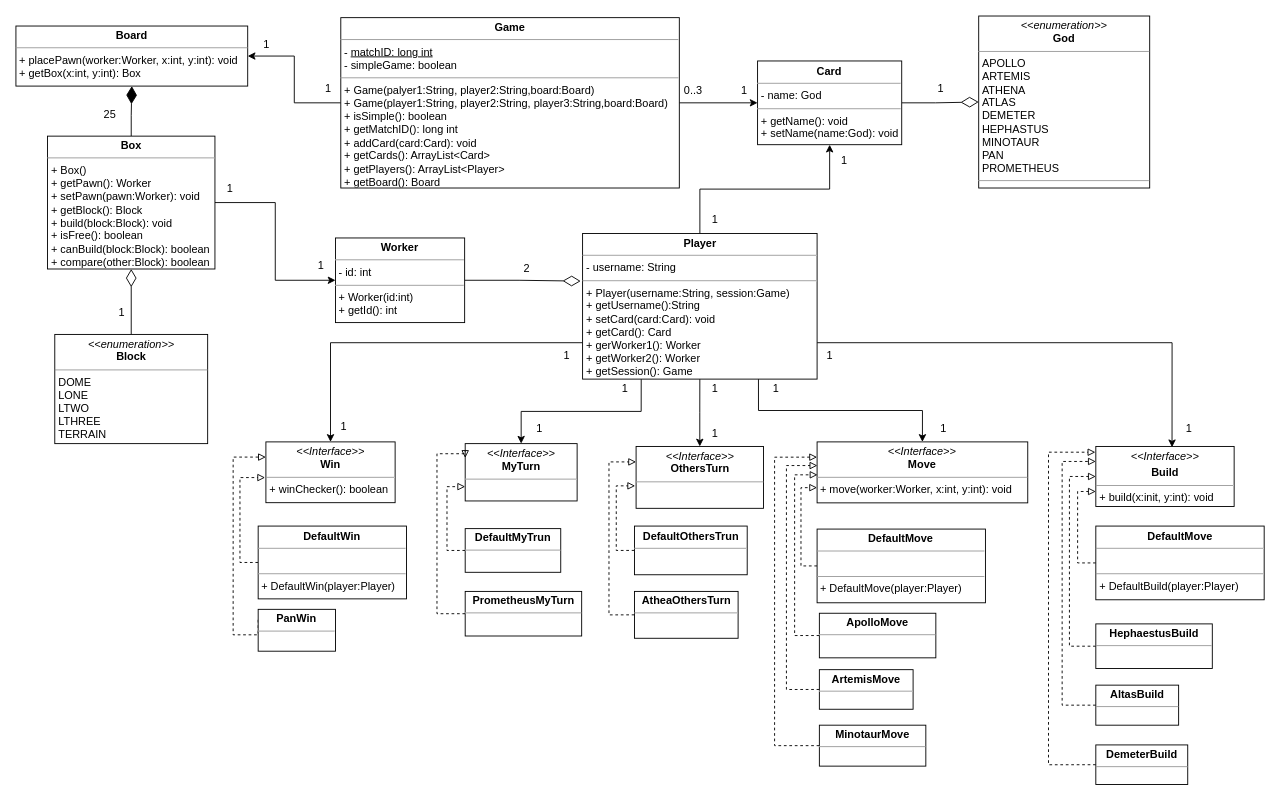
peppetort/POLIMI_SE_19-20_santorini keeps this draw.io diagram as UML/Model.drawio. Above is the earlier version. Source tidied: cells renumbered, new cells numbered last; positions are measured from the earlier drawing's top-left corner, leaving out a move shared by most shapes. Both pictures are drawn from the tidied source at 91%, with x=0, y=0 at pixel (15, 15).
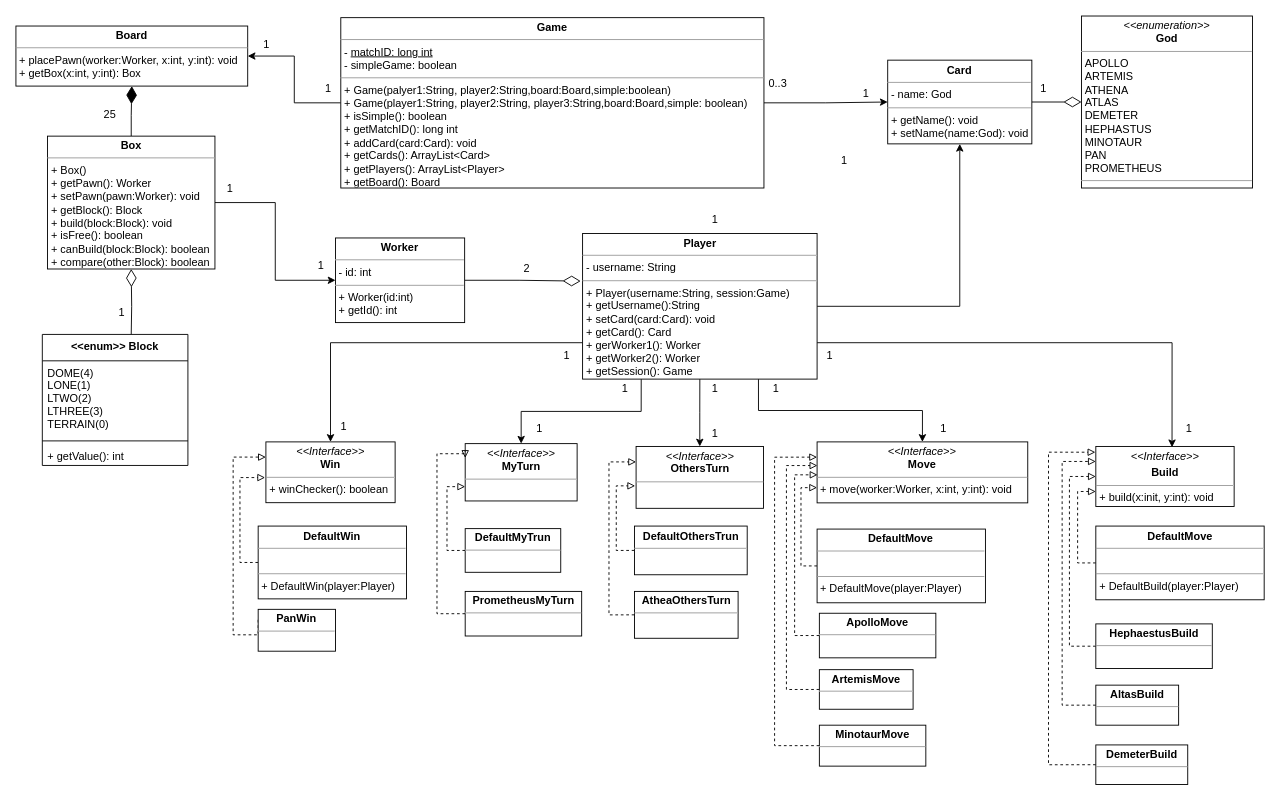
Above is the later version.

Commit message:
Aggiornato UML

The change refers to these unchanged cells:
```xml
<mxCell id="5" value="&lt;p style=&quot;margin: 0px ; margin-top: 4px ; text-align: center&quot;&gt;&lt;b&gt;Box&lt;/b&gt;&lt;/p&gt;&lt;hr size=&quot;1&quot;&gt;&lt;p style=&quot;margin: 0px ; margin-left: 4px&quot;&gt;+ Box()&lt;/p&gt;&lt;p style=&quot;margin: 0px ; margin-left: 4px&quot;&gt;+ getPawn(): Worker&lt;/p&gt;&lt;p style=&quot;margin: 0px ; margin-left: 4px&quot;&gt;+ setPawn(pawn:Worker): void&lt;/p&gt;&lt;p style=&quot;margin: 0px ; margin-left: 4px&quot;&gt;+ getBlock(): Block&lt;/p&gt;&lt;p style=&quot;margin: 0px ; margin-left: 4px&quot;&gt;+ build(block:Block): void&lt;/p&gt;&lt;p style=&quot;margin: 0px ; margin-left: 4px&quot;&gt;+ isFree(): boolean&lt;/p&gt;&lt;p style=&quot;margin: 0px ; margin-left: 4px&quot;&gt;+ canBuild(block:Block): boolean&lt;/p&gt;&lt;p style=&quot;margin: 0px ; margin-left: 4px&quot;&gt;+ compare(other:Block): boolean&lt;/p&gt;" style="verticalAlign=top;align=left;overflow=fill;fontSize=12;fontFamily=Helvetica;html=1;" parent="1" vertex="1">
  <mxGeometry x="34.7" y="132.1" width="184" height="146" as="geometry" />
</mxCell>
```

Diff of the diagram source:
```diff
@@
-    <mxCell id="6" style="edgeStyle=orthogonalEdgeStyle;rounded=0;jettySize=auto;html=1;entryX=0.5;entryY=1;entryDx=0;entryDy=0;startArrow=none;startFill=0;endArrow=diamondThin;endFill=0;endSize=17;targetPerimeterSpacing=0;jumpSize=6;" parent="1" edge="1" source="7" target="5">
-      <mxGeometry relative="1" as="geometry" />
+    <mxCell id="6" style="edgeStyle=orthogonalEdgeStyle;rounded=0;jettySize=auto;html=1;entryX=0.5;entryY=1;entryDx=0;entryDy=0;startArrow=none;startFill=0;endArrow=diamondThin;endFill=0;endSize=17;targetPerimeterSpacing=0;jumpSize=6;" parent="1" edge="1" target="5">
+      <mxGeometry relative="1" as="geometry">
+        <mxPoint x="126.7" y="350" as="sourcePoint" />
+      </mxGeometry>
     </mxCell>
-    <mxCell id="7" value="&lt;p style=&quot;margin: 0px ; margin-top: 4px ; text-align: center&quot;&gt;&lt;i&gt;&amp;lt;&amp;lt;enumeration&amp;gt;&amp;gt;&lt;/i&gt;&lt;br&gt;&lt;b&gt;Block&lt;/b&gt;&lt;/p&gt;&lt;hr size=&quot;1&quot;&gt;&lt;p style=&quot;margin: 0px ; margin-left: 4px&quot;&gt;DOME&lt;/p&gt;&lt;p style=&quot;margin: 0px ; margin-left: 4px&quot;&gt;LONE&lt;/p&gt;&lt;p style=&quot;margin: 0px ; margin-left: 4px&quot;&gt;LTWO&lt;/p&gt;&lt;p style=&quot;margin: 0px ; margin-left: 4px&quot;&gt;LTHREE&lt;/p&gt;&lt;p style=&quot;margin: 0px ; margin-left: 4px&quot;&gt;TERRAIN&lt;/p&gt;&lt;p style=&quot;margin: 0px ; margin-left: 4px&quot;&gt;&lt;br&gt;&lt;/p&gt;" style="verticalAlign=top;align=left;overflow=fill;fontSize=12;fontFamily=Helvetica;html=1;" parent="1" vertex="1">
-      <mxGeometry x="42.7" y="350" width="168" height="120" as="geometry" />
-    </mxCell>
@@
     <mxCell id="9" value="&lt;p style=&quot;margin: 0px ; margin-top: 4px ; text-align: center&quot;&gt;&lt;b&gt;Card&lt;/b&gt;&lt;/p&gt;&lt;hr size=&quot;1&quot;&gt;&lt;p style=&quot;margin: 0px ; margin-left: 4px&quot;&gt;- name: God&lt;br&gt;&lt;/p&gt;&lt;hr size=&quot;1&quot;&gt;&lt;p style=&quot;margin: 0px ; margin-left: 4px&quot;&gt;+ getName(): void&amp;nbsp;&lt;/p&gt;&lt;p style=&quot;margin: 0px ; margin-left: 4px&quot;&gt;+ setName(name:God): void&lt;/p&gt;" style="verticalAlign=top;align=left;overflow=fill;fontSize=12;fontFamily=Helvetica;html=1;" parent="1" vertex="1">
-      <mxGeometry x="815" y="49.5" width="158.4" height="92" as="geometry" />
+      <mxGeometry x="958" y="48.6" width="158.4" height="92" as="geometry" />
     </mxCell>
@@
     <mxCell id="41" value="&lt;p style=&quot;margin: 0px ; margin-top: 4px ; text-align: center&quot;&gt;&lt;i&gt;&amp;lt;&amp;lt;enumeration&amp;gt;&amp;gt;&lt;/i&gt;&lt;br&gt;&lt;b&gt;God&lt;/b&gt;&lt;/p&gt;&lt;hr size=&quot;1&quot;&gt;&lt;p style=&quot;margin: 0px ; margin-left: 4px&quot;&gt;APOLLO&lt;/p&gt;&lt;p style=&quot;margin: 0px ; margin-left: 4px&quot;&gt;ARTEMIS&lt;/p&gt;&lt;p style=&quot;margin: 0px ; margin-left: 4px&quot;&gt;ATHENA&lt;/p&gt;&lt;p style=&quot;margin: 0px ; margin-left: 4px&quot;&gt;ATLAS&lt;/p&gt;&lt;p style=&quot;margin: 0px ; margin-left: 4px&quot;&gt;DEMETER&lt;/p&gt;&lt;p style=&quot;margin: 0px ; margin-left: 4px&quot;&gt;HEPHASTUS&lt;/p&gt;&lt;p style=&quot;margin: 0px ; margin-left: 4px&quot;&gt;MINOTAUR&lt;/p&gt;&lt;p style=&quot;margin: 0px ; margin-left: 4px&quot;&gt;PAN&lt;/p&gt;&lt;p style=&quot;margin: 0px ; margin-left: 4px&quot;&gt;PROMETHEUS&lt;/p&gt;&lt;hr size=&quot;1&quot;&gt;&lt;p style=&quot;margin: 0px ; margin-left: 4px&quot;&gt;&lt;br&gt;&lt;/p&gt;" style="verticalAlign=top;align=left;overflow=fill;fontSize=12;fontFamily=Helvetica;html=1;" parent="1" vertex="1">
-      <mxGeometry x="1058" y="0.1" width="187.9" height="189" as="geometry" />
+      <mxGeometry x="1171" y="0.1" width="187.9" height="189" as="geometry" />
     </mxCell>
@@
-    <mxCell id="45" value="&lt;p style=&quot;margin: 0px ; margin-top: 4px ; text-align: center&quot;&gt;&lt;b&gt;Game&lt;/b&gt;&lt;/p&gt;&lt;hr size=&quot;1&quot;&gt;&lt;p style=&quot;margin: 0px ; margin-left: 4px&quot;&gt;- &lt;u&gt;matchID: long int&lt;/u&gt;&lt;br&gt;&lt;/p&gt;&lt;p style=&quot;margin: 0px ; margin-left: 4px&quot;&gt;- simpleGame: boolean&lt;/p&gt;&lt;hr size=&quot;1&quot;&gt;&lt;p style=&quot;margin: 0px ; margin-left: 4px&quot;&gt;&lt;span&gt;+ Game(palyer1:String, player2:String,board:Board)&lt;/span&gt;&lt;br&gt;&lt;/p&gt;&lt;p style=&quot;margin: 0px ; margin-left: 4px&quot;&gt;&lt;span&gt;+ Game(player1:String, player2:String, player3:String,board:Board)&lt;/span&gt;&lt;/p&gt;&lt;p style=&quot;margin: 0px ; margin-left: 4px&quot;&gt;&lt;span&gt;+ isSimple(): boolean&lt;/span&gt;&lt;/p&gt;&lt;p style=&quot;margin: 0px ; margin-left: 4px&quot;&gt;+ getMatchID(): long int&lt;span&gt;&lt;br&gt;&lt;/span&gt;&lt;/p&gt;&lt;p style=&quot;margin: 0px ; margin-left: 4px&quot;&gt;+ addCard(card:Card): void&lt;/p&gt;&lt;p style=&quot;margin: 0px ; margin-left: 4px&quot;&gt;+ getCards(): ArrayList&amp;lt;Card&amp;gt;&lt;/p&gt;&lt;p style=&quot;margin: 0px ; margin-left: 4px&quot;&gt;+ getPlayers(): ArrayList&amp;lt;Player&amp;gt;&lt;/p&gt;&lt;p style=&quot;margin: 0px ; margin-left: 4px&quot;&gt;+ getBoard(): Board&lt;/p&gt;" style="verticalAlign=top;align=left;overflow=fill;fontSize=12;fontFamily=Helvetica;html=1;" parent="1" vertex="1">
-      <mxGeometry x="357" y="1.9" width="372" height="187.2" as="geometry" />
+    <mxCell id="45" value="&lt;p style=&quot;margin: 0px ; margin-top: 4px ; text-align: center&quot;&gt;&lt;b&gt;Game&lt;/b&gt;&lt;/p&gt;&lt;hr size=&quot;1&quot;&gt;&lt;p style=&quot;margin: 0px ; margin-left: 4px&quot;&gt;- &lt;u&gt;matchID: long int&lt;/u&gt;&lt;br&gt;&lt;/p&gt;&lt;p style=&quot;margin: 0px ; margin-left: 4px&quot;&gt;- simpleGame: boolean&lt;/p&gt;&lt;hr size=&quot;1&quot;&gt;&lt;p style=&quot;margin: 0px ; margin-left: 4px&quot;&gt;&lt;span&gt;+ Game(palyer1:String, player2:String,board:Board,simple:boolean)&lt;/span&gt;&lt;br&gt;&lt;/p&gt;&lt;p style=&quot;margin: 0px ; margin-left: 4px&quot;&gt;&lt;span&gt;+ Game(player1:String, player2:String, player3:String,board:Board,simple: boolean)&lt;/span&gt;&lt;/p&gt;&lt;p style=&quot;margin: 0px ; margin-left: 4px&quot;&gt;&lt;span&gt;+ isSimple(): boolean&lt;/span&gt;&lt;/p&gt;&lt;p style=&quot;margin: 0px ; margin-left: 4px&quot;&gt;+ getMatchID(): long int&lt;span&gt;&lt;br&gt;&lt;/span&gt;&lt;/p&gt;&lt;p style=&quot;margin: 0px ; margin-left: 4px&quot;&gt;+ addCard(card:Card): void&lt;/p&gt;&lt;p style=&quot;margin: 0px ; margin-left: 4px&quot;&gt;+ getCards(): ArrayList&amp;lt;Card&amp;gt;&lt;/p&gt;&lt;p style=&quot;margin: 0px ; margin-left: 4px&quot;&gt;+ getPlayers(): ArrayList&amp;lt;Player&amp;gt;&lt;/p&gt;&lt;p style=&quot;margin: 0px ; margin-left: 4px&quot;&gt;+ getBoard(): Board&lt;/p&gt;" style="verticalAlign=top;align=left;overflow=fill;fontSize=12;fontFamily=Helvetica;html=1;" parent="1" vertex="1">
+      <mxGeometry x="357" y="1.9" width="465" height="187.2" as="geometry" />
     </mxCell>
@@
     <mxCell id="57" value="0..3" style="text;html=1;align=center;verticalAlign=middle;" parent="1" vertex="1">
-      <mxGeometry x="729" y="73" width="30" height="18" as="geometry" />
+      <mxGeometry x="821.5" y="66" width="30" height="18" as="geometry" />
     </mxCell>
     <mxCell id="58" value="1" style="text;html=1;align=center;verticalAlign=middle;" parent="1" vertex="1">
-      <mxGeometry x="791" y="73" width="17" height="18" as="geometry" />
+      <mxGeometry x="925.9" y="77.1" width="17" height="18" as="geometry" />
     </mxCell>
@@
     <mxCell id="61" value="1" style="text;html=1;align=center;verticalAlign=middle;" parent="1" vertex="1">
-      <mxGeometry x="1007" y="71" width="17" height="18" as="geometry" />
+      <mxGeometry x="1120" y="71" width="17" height="18" as="geometry" />
     </mxCell>
@@
+    <mxCell id="79" value="&lt;&lt;enum&gt;&gt; Block" style="swimlane;fontStyle=1;align=center;verticalAlign=top;horizontal=1;startSize=29;" parent="1" vertex="1">
+      <mxGeometry x="29" y="350" width="160" height="144" as="geometry" />
+    </mxCell>
+    <mxCell id="80" value="DOME(4)&#10;LONE(1)&#10;LTWO(2)&#10;LTHREE(3)&#10;TERRAIN(0)" style="text;strokeColor=none;fillColor=none;align=left;verticalAlign=top;spacingLeft=4;spacingRight=4;overflow=hidden;" parent="79" vertex="1">
+      <mxGeometry y="29" width="160" height="84" as="geometry" />
+    </mxCell>
+    <mxCell id="81" style="line;strokeWidth=1;fillColor=none;align=left;verticalAlign=middle;spacingTop=-1;spacingLeft=3;spacingRight=3;labelPosition=right;" parent="79" vertex="1">
+      <mxGeometry y="113" width="160" height="8" as="geometry" />
+    </mxCell>
+    <mxCell id="82" value="+ getValue(): int" style="text;strokeColor=none;fillColor=none;align=left;verticalAlign=top;spacingLeft=4;spacingRight=4;overflow=hidden;" parent="79" vertex="1">
+      <mxGeometry y="121" width="160" height="23" as="geometry" />
+    </mxCell>
```
